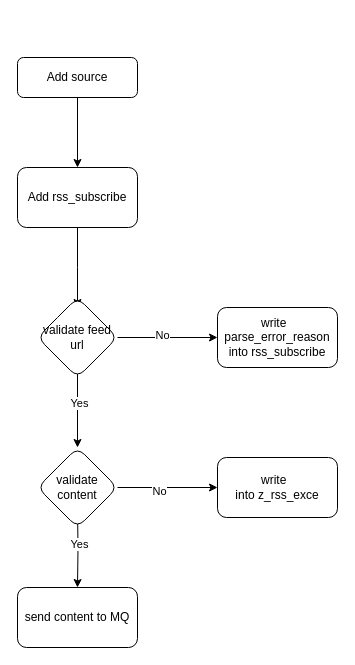
Before: update/rlaxxtv vod导入流程.drawio in stevezhouht/baiduCDP, a draw.io diagram. Source tidied: cells renumbered, new cells numbered last; positions are measured from the earlier drawing's top-left corner, leaving out a move shared by most shapes. Both pictures are drawn from the tidied source at 100%, with x=0, y=0 at pixel (17, 57).
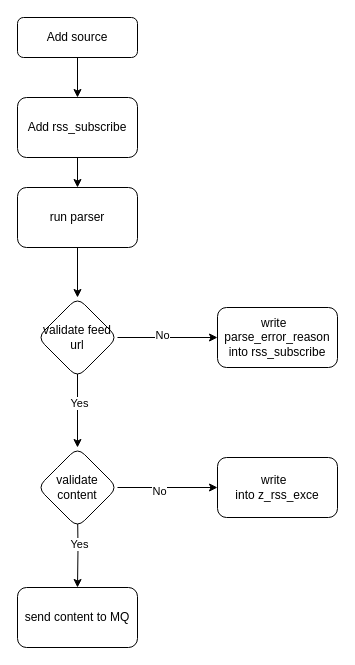
The same diagram, later.

Commit message (it also covers changes not shown here):
更新rlaxxtv vod导入流程.drawio

Unchanged cells that the change refers to:
```xml
<mxCell id="13" value="validate feed url" style="rhombus;whiteSpace=wrap;html=1;rounded=1;glass=0;strokeWidth=1;shadow=0;" parent="1" vertex="1">
  <mxGeometry x="20" y="240" width="80" height="80" as="geometry" />
</mxCell>
```

Diff of the diagram source:
```diff
@@
     <mxCell id="3" value="Add source" style="rounded=1;whiteSpace=wrap;html=1;fontSize=12;glass=0;strokeWidth=1;shadow=0;" parent="1" vertex="1">
-      <mxGeometry width="120" height="40" as="geometry" />
+      <mxGeometry y="-40" width="120" height="40" as="geometry" />
     </mxCell>
-    <mxCell id="4" style="edgeStyle=orthogonalEdgeStyle;rounded=0;jettySize=auto;html=1;" parent="1" edge="1" source="5">
-      <mxGeometry relative="1" as="geometry">
-        <mxPoint x="60" y="250" as="targetPoint" />
-      </mxGeometry>
-    </mxCell>
+    <mxCell id="19" style="edgeStyle=orthogonalEdgeStyle;rounded=0;jettySize=auto;html=1;" parent="1" edge="1" source="5" target="21">
+      <mxGeometry relative="1" as="geometry" />
+    </mxCell>
     <mxCell id="5" value="Add rss_subscribe" style="whiteSpace=wrap;html=1;rounded=1;glass=0;strokeWidth=1;shadow=0;" parent="1" vertex="1">
-      <mxGeometry y="110" width="120" height="60" as="geometry" />
+      <mxGeometry y="40" width="120" height="60" as="geometry" />
     </mxCell>
@@
+    <mxCell id="20" style="edgeStyle=orthogonalEdgeStyle;rounded=0;jettySize=auto;html=1;" parent="1" edge="1" source="21" target="13">
+      <mxGeometry relative="1" as="geometry" />
+    </mxCell>
+    <mxCell id="21" value="run parser" style="rounded=1;whiteSpace=wrap;html=1;" parent="1" vertex="1">
+      <mxGeometry y="130" width="120" height="60" as="geometry" />
+    </mxCell>
```
